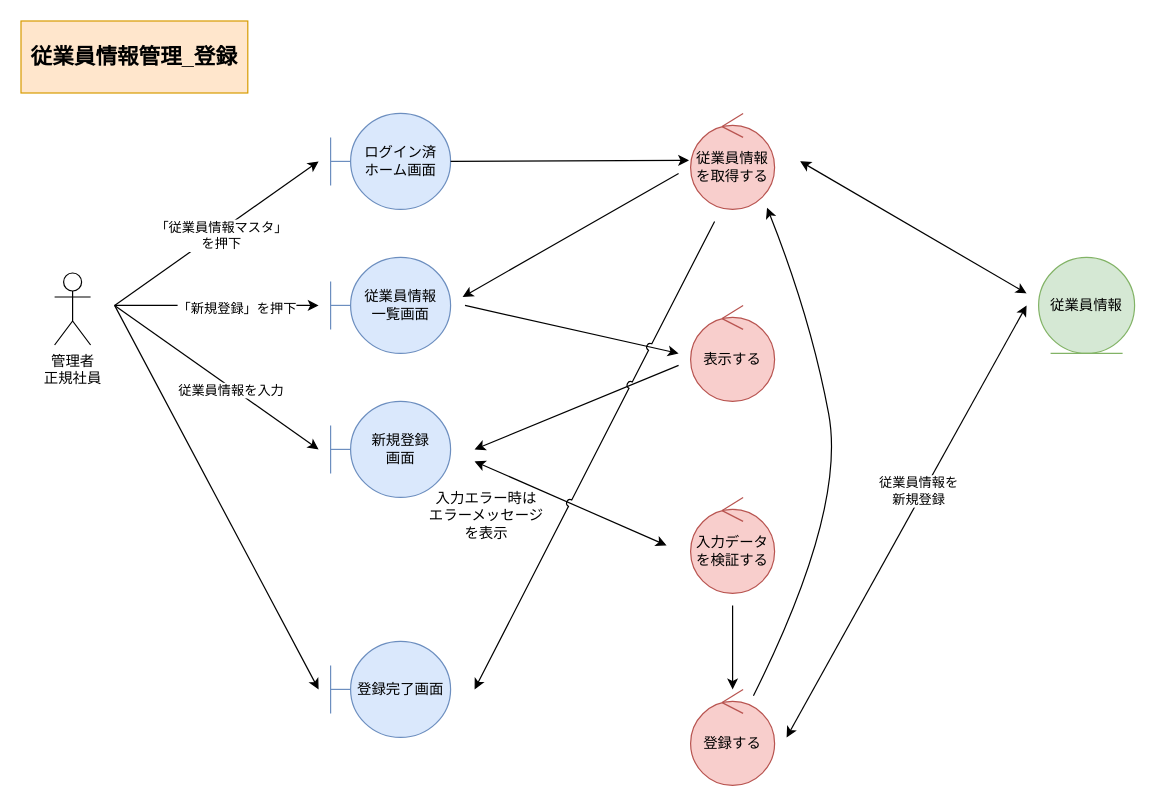
Before: page "*従業員情報管理_登録" (1 of 5) of 各種設計書/3ロバストネス図/マスタ管理/F01従業員マスタ.drawio in HaruShim/Sotuken, a draw.io diagram. Source tidied: cells renumbered, new cells numbered last; positions are measured from the earlier drawing's top-left corner, leaving out a move shared by most shapes. Both pictures are drawn from the tidied source at 120%, with x=0, y=0 at pixel (20, 20).
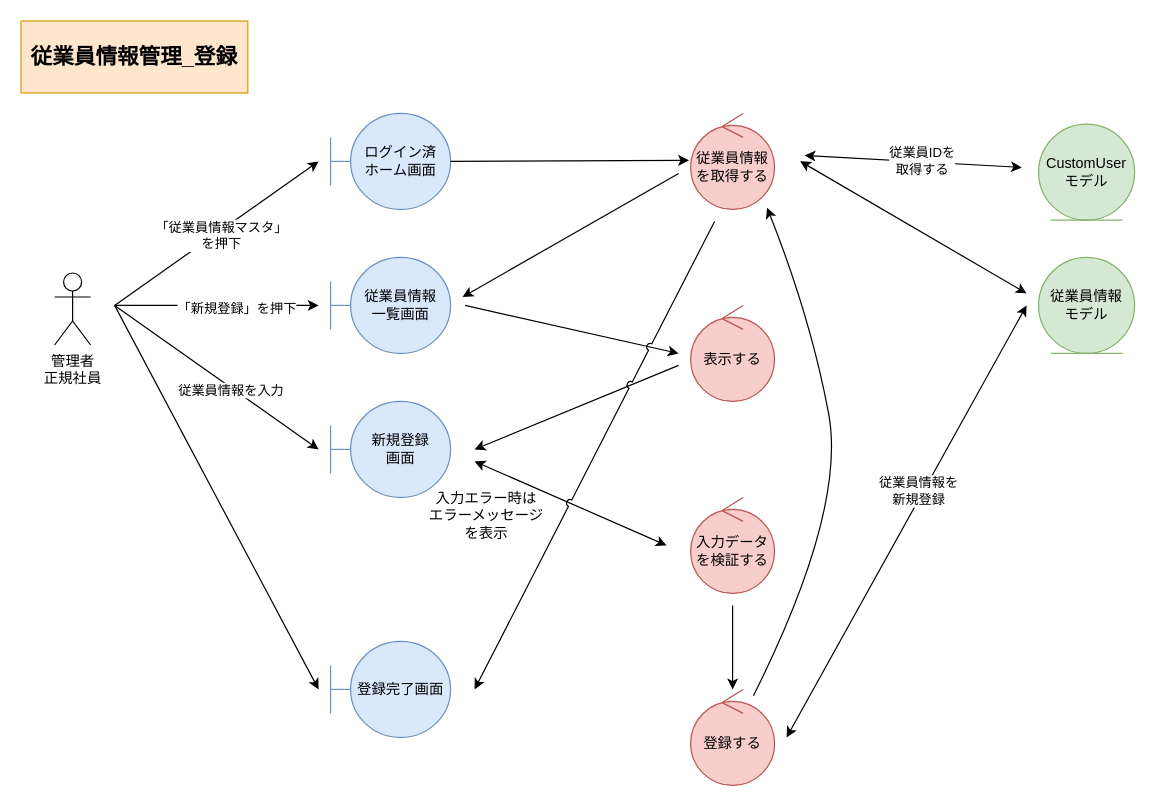
The same diagram, later.

What changed in the source:
```diff
@@
-    <mxCell id="8" value="従業員情報" style="ellipse;shape=umlEntity;whiteSpace=wrap;html=1;fillColor=#d5e8d4;strokeColor=#82b366;" parent="1" vertex="1">
+    <mxCell id="8" value="従業員情報&lt;br&gt;モデル" style="ellipse;shape=umlEntity;whiteSpace=wrap;html=1;fillColor=#d5e8d4;strokeColor=#82b366;" parent="1" vertex="1">
       <mxGeometry x="848" y="197" width="80" height="80" as="geometry" />
     </mxCell>
@@
+    <mxCell id="32" value="&lt;div style=&quot;color: rgb(177 , 231 , 177) ; background-color: rgb(0 , 32 , 32) ; font-family: &amp;#34;consolas&amp;#34; , &amp;#34;courier new&amp;#34; , monospace ; font-size: 14px ; line-height: 19px&quot;&gt;&lt;/div&gt;CustomUser&lt;br&gt;モデル" style="ellipse;shape=umlEntity;whiteSpace=wrap;html=1;fillColor=#d5e8d4;strokeColor=#82b366;" parent="1" vertex="1">
+      <mxGeometry x="848" y="86" width="80" height="80" as="geometry" />
+    </mxCell>
+    <mxCell id="33" style="endArrow=classic;html=1;rounded=0;startArrow=classic;startFill=1;" parent="1" edge="1">
+      <mxGeometry relative="1" as="geometry">
+        <mxPoint x="653" y="112" as="sourcePoint" />
+        <mxPoint x="834" y="122" as="targetPoint" />
+      </mxGeometry>
+    </mxCell>
+    <mxCell id="34" value="従業員IDを&lt;br&gt;取得する" style="edgeLabel;html=1;align=center;verticalAlign=middle;" parent="33" vertex="1">
+      <mxGeometry x="0.11" y="1" relative="1" as="geometry">
+        <mxPoint x="-3" as="offset" />
+      </mxGeometry>
+    </mxCell>
```
